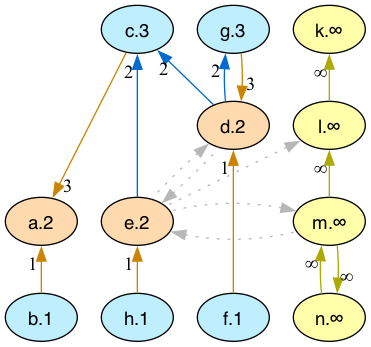
Above: lib/graphs/arg_graph_colored.png in idaks/Games-and-Argumentation (Graphviz), before the change. Its source is kept beside it as lib/graphs/arg_graph_colored.dot. Source of this version:
```dot
digraph G {
  rankdir="TB"
  node [shape=oval style=filled fontname=Helvetica fontsize=14]
  node [fillcolor="#ffdaaf" fontcolor="#000000"]
       a[label="a.2"]
       d[label="d.2"]
       e[label="e.2"]
  node [fillcolor="#bfefff" fontcolor="#000000"]
       c[label="c.3"]
       b[label="b.1"]
       f[label="f.1"]
       g[label="g.3"]
       h[label="h.1"]
  node [fillcolor="#FFFFAA" fontcolor="#000000"]
       k[label="k.∞"]
       l[label="l.∞"]
       m[label="m.∞"]
       n[label="n.∞"]
  edge [dir=back color="#cc8400" style="solid" taillabel="3" labeldistance=1.5]
        "a" -> "c"
        "d" -> "g"
  edge [dir=back color="#cc8400" style="solid" taillabel="1" labeldistance=1.5]
        "a" -> "b"
        "d" -> "f"
        "e" -> "h"
  edge [dir=back color="#AAAA00" style="solid" taillabel="∞" labeldistance=1.5]
        "k" -> "l"
        "l" -> "m"
        "m" -> "n"
        "n" -> "m"
  edge [dir=back color="#006ad1" style="solid" taillabel="2" labeldistance=1.5]
        "c" -> "d"
        "c" -> "e"
        "g" -> "d"
  edge [dir=back color="#b7b7b7" style="dotted" constraint=false taillabel=" " labeldistance=1.5]
        "l" -> "e"
        "d" -> "e"
        "e" -> "d"
        "e" -> "m"
        "m" -> "e"

  {rank = max b f h}
  {rank = min c g}
}
```
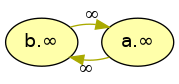
The same file after the commit.

Change to the diagram source:
```diff
@@ -2,43 +2,13 @@
   rankdir="TB"
   node [shape=oval style=filled fontname=Helvetica fontsize=14]
   node [fillcolor="#ffdaaf" fontcolor="#000000"]
-       a[label="a.2"]
-       d[label="d.2"]
-       e[label="e.2"]
   node [fillcolor="#bfefff" fontcolor="#000000"]
-       c[label="c.3"]
-       b[label="b.1"]
-       f[label="f.1"]
-       g[label="g.3"]
-       h[label="h.1"]
   node [fillcolor="#FFFFAA" fontcolor="#000000"]
-       k[label="k.∞"]
-       l[label="l.∞"]
-       m[label="m.∞"]
-       n[label="n.∞"]
-  edge [dir=back color="#cc8400" style="solid" taillabel="3" labeldistance=1.5]
-        "a" -> "c"
-        "d" -> "g"
-  edge [dir=back color="#cc8400" style="solid" taillabel="1" labeldistance=1.5]
+       b[label="b.∞"]
+       a[label="a.∞"]
+  edge [dir=back color="#AAAA00" style="solid" taillabel="∞" labeldistance=1.5]
+        "b" -> "a"
         "a" -> "b"
-        "d" -> "f"
-        "e" -> "h"
-  edge [dir=back color="#AAAA00" style="solid" taillabel="∞" labeldistance=1.5]
-        "k" -> "l"
-        "l" -> "m"
-        "m" -> "n"
-        "n" -> "m"
-  edge [dir=back color="#006ad1" style="solid" taillabel="2" labeldistance=1.5]
-        "c" -> "d"
-        "c" -> "e"
-        "g" -> "d"
-  edge [dir=back color="#b7b7b7" style="dotted" constraint=false taillabel=" " labeldistance=1.5]
-        "l" -> "e"
-        "d" -> "e"
-        "e" -> "d"
-        "e" -> "m"
-        "m" -> "e"
 
-  {rank = max b f h}
-  {rank = min c g}
+  {rank = max b a}
 }
```
